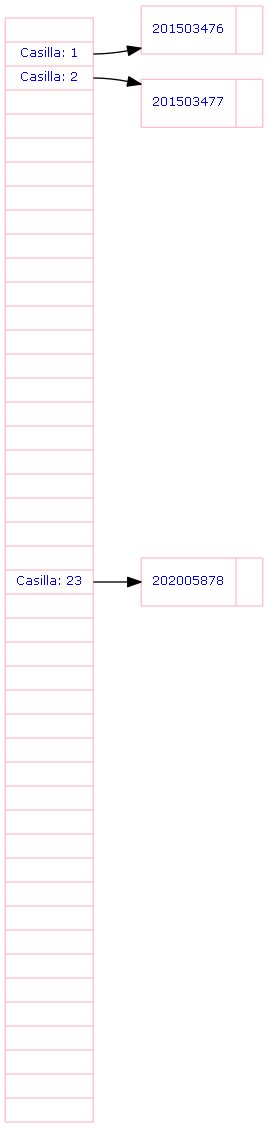
Earlier version of the Graphviz export Proyecto2/TablaDispersa.png (AdriGomez95/EDD_1S2020_PY2_201504236). Its source is kept beside it as Proyecto2/TablaDispersa.dot.
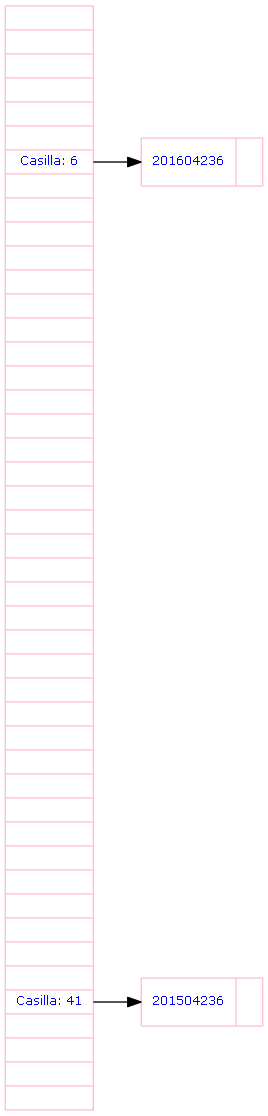
Later version of the same file.

What changed in the source:
```diff
@@ -1,12 +1,10 @@
 digraph G{
  node[shape=record fontsize=9 fontcolor=blue color= pink fontname = Verdana];
  rankdir=LR;
-nodeR[label="<p0>|<p1>Casilla: 1|<p2>Casilla: 2|<p3>|<p4>|<p5>|<p6>|<p7>|<p8>|<p9>|<p10>|<p11>|<p12>|<p13>|<p14>|<p15>|<p16>|<p17>|<p18>|<p19>|<p20>|<p21>|<p22>|<p23>Casilla: 23|<p24>|<p25>|<p26>|<p27>|<p28>|<p29>|<p30>|<p31>|<p32>|<p33>|<p34>|<p35>|<p36>|<p37>|<p38>|<p39>|<p40>|<p41>|<p42>|<p43>|<p44>|"];
-node1[label="{<p0>201503476|}"];
-nodeR:p1->node1;
-node2[label="{<p0>201503477|}"];
-nodeR:p2->node2;
-node23[label="{<p0>202005878|}"];
-nodeR:p23->node23;
+nodeR[label="<p0>|<p1>|<p2>|<p3>|<p4>|<p5>|<p6>Casilla: 6|<p7>|<p8>|<p9>|<p10>|<p11>|<p12>|<p13>|<p14>|<p15>|<p16>|<p17>|<p18>|<p19>|<p20>|<p21>|<p22>|<p23>|<p24>|<p25>|<p26>|<p27>|<p28>|<p29>|<p30>|<p31>|<p32>|<p33>|<p34>|<p35>|<p36>|<p37>|<p38>|<p39>|<p40>|<p41>Casilla: 41|<p42>|<p43>|<p44>|"];
+node6[label="{<p0>201604236|}"];
+nodeR:p6->node6;
+node41[label="{<p0>201504236|}"];
+nodeR:p41->node41;
 
 }
```
